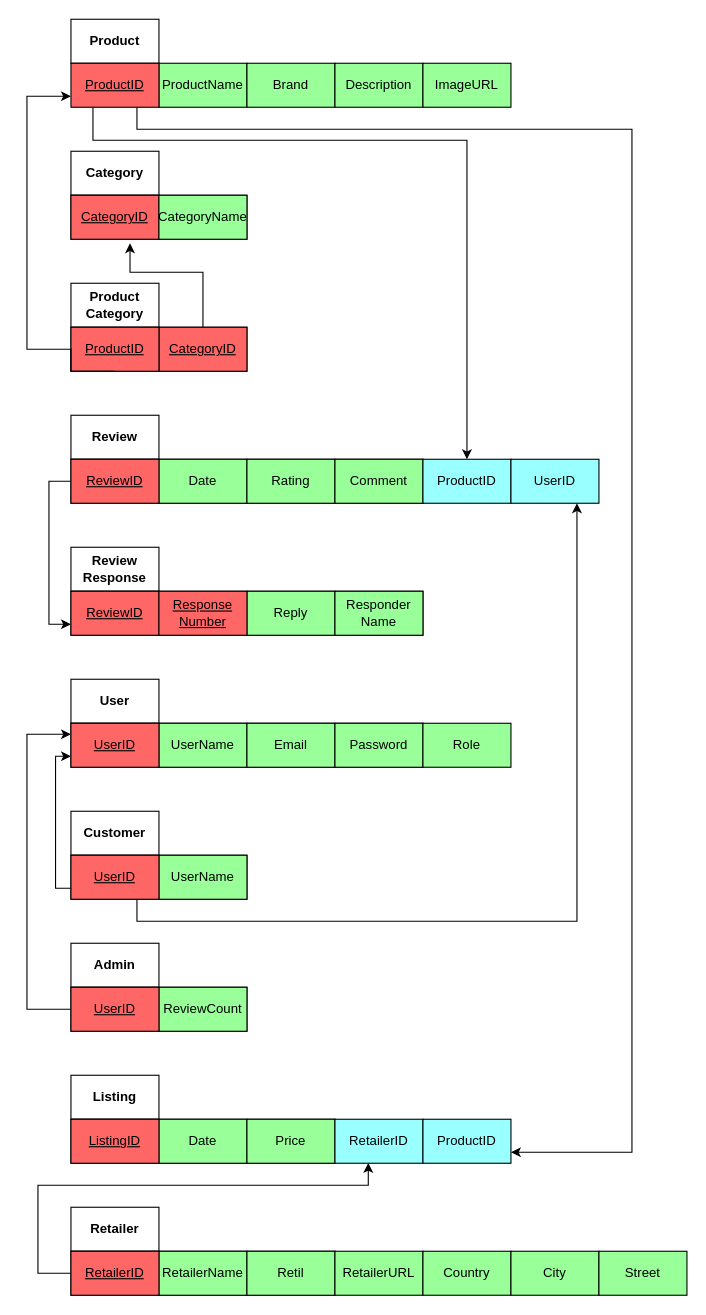
Earlier version of the draw.io diagram Final Relational Model.drawio (HamdaanMirza/Procrastinators). Source tidied: cells renumbered, new cells numbered last; positions are measured from the earlier drawing's top-left corner, leaving out a move shared by most shapes. Both pictures are drawn from the tidied source at 110%, with x=0, y=0 at pixel (26, 19).
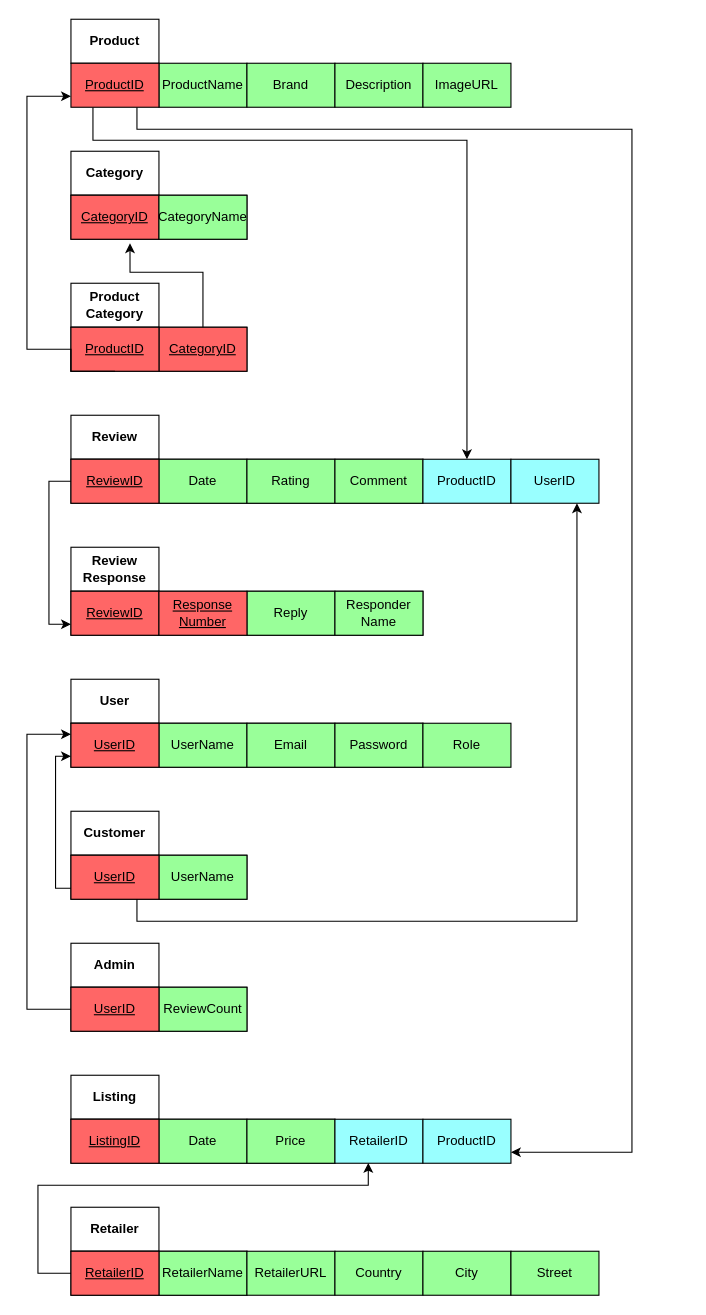
After the change.

Commit message:
Removed the attribute Retil

Retil was removed from the mapping as it was not in the EER Diagram

Diff of the diagram source:
```diff
@@
     <mxCell id="26" style="rounded=0;whiteSpace=wrap;html=1;" parent="1" vertex="1">
-      <mxGeometry x="40" y="1120" width="240" height="40" as="geometry" />
+      <mxGeometry x="40" y="1120" width="160" height="40" as="geometry" />
     </mxCell>
@@
-    <mxCell id="29" value="Retil" style="rounded=0;whiteSpace=wrap;html=1;fillColor=light-dark(#99FF99,#000000);" parent="1" vertex="1">
-      <mxGeometry x="200" y="1120" width="80" height="40" as="geometry" />
-    </mxCell>
@@
     <mxCell id="31" value="RetailerURL" style="rounded=0;whiteSpace=wrap;html=1;fillColor=light-dark(#99FF99,#000000);" parent="1" vertex="1">
-      <mxGeometry x="280" y="1120" width="80" height="40" as="geometry" />
+      <mxGeometry x="200" y="1120" width="80" height="40" as="geometry" />
     </mxCell>
@@
     <mxCell id="39" value="Country" style="rounded=0;whiteSpace=wrap;html=1;fillColor=light-dark(#99FF99,#000000);" parent="1" vertex="1">
-      <mxGeometry x="360" y="1120" width="80" height="40" as="geometry" />
+      <mxGeometry x="280" y="1120" width="80" height="40" as="geometry" />
     </mxCell>
     <mxCell id="40" value="City" style="rounded=0;whiteSpace=wrap;html=1;fillColor=light-dark(#99FF99,#000000);" parent="1" vertex="1">
-      <mxGeometry x="440" y="1120" width="80" height="40" as="geometry" />
+      <mxGeometry x="360" y="1120" width="80" height="40" as="geometry" />
     </mxCell>
     <mxCell id="41" value="Street" style="rounded=0;whiteSpace=wrap;html=1;fillColor=light-dark(#99FF99,#000000);" parent="1" vertex="1">
-      <mxGeometry x="520" y="1120" width="80" height="40" as="geometry" />
+      <mxGeometry x="440" y="1120" width="80" height="40" as="geometry" />
     </mxCell>
```
